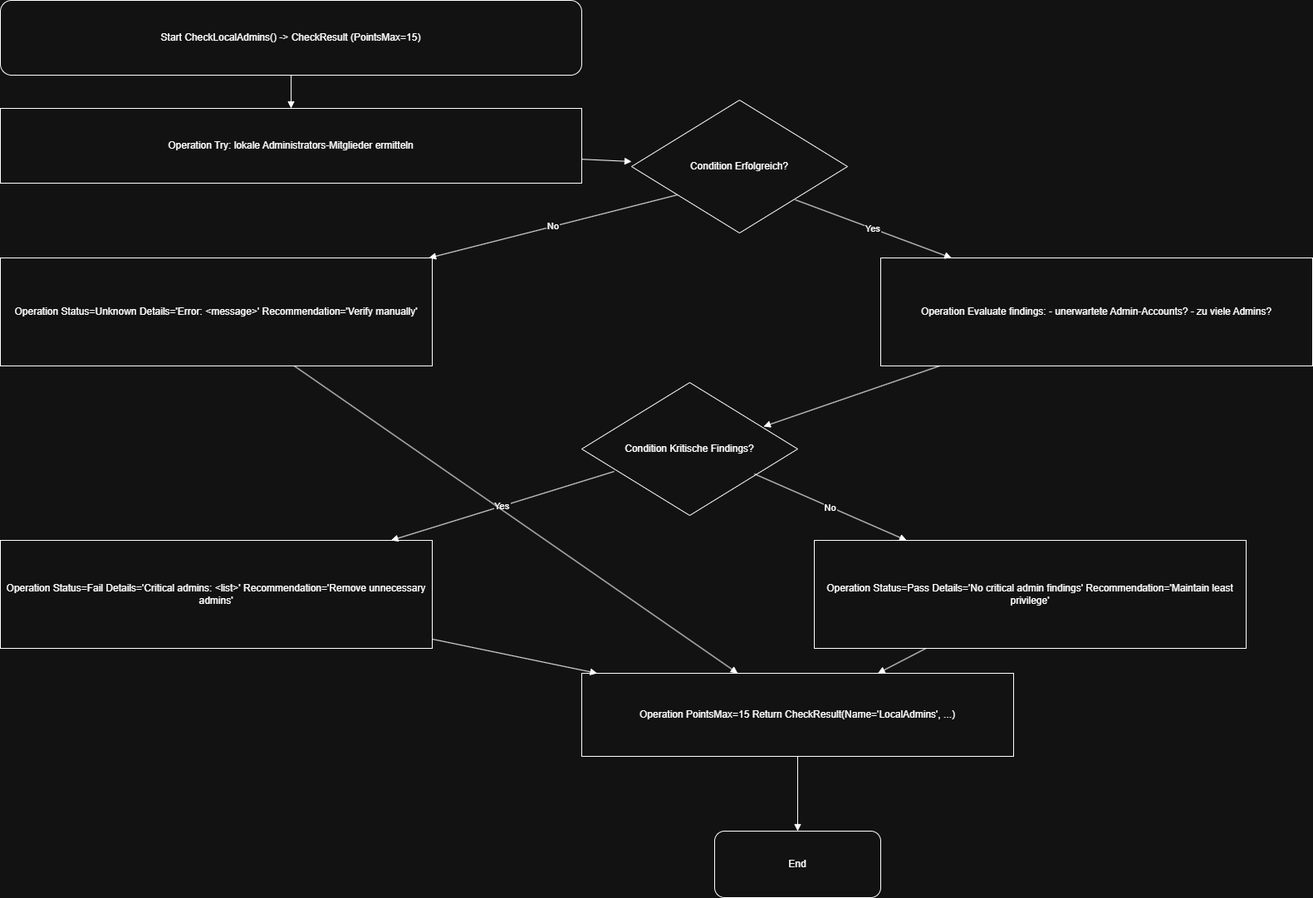
ZensykU2/ProjektM431_M122 keeps this draw.io diagram as docs/flowchart/WinSecureCheck_FUNCTIONS-CheckLocalAdmins().drawio.png. Above is the earlier version. Source tidied: cells renumbered, new cells last; positions are measured from the earlier drawing's top-left corner, leaving out a move shared by most shapes.
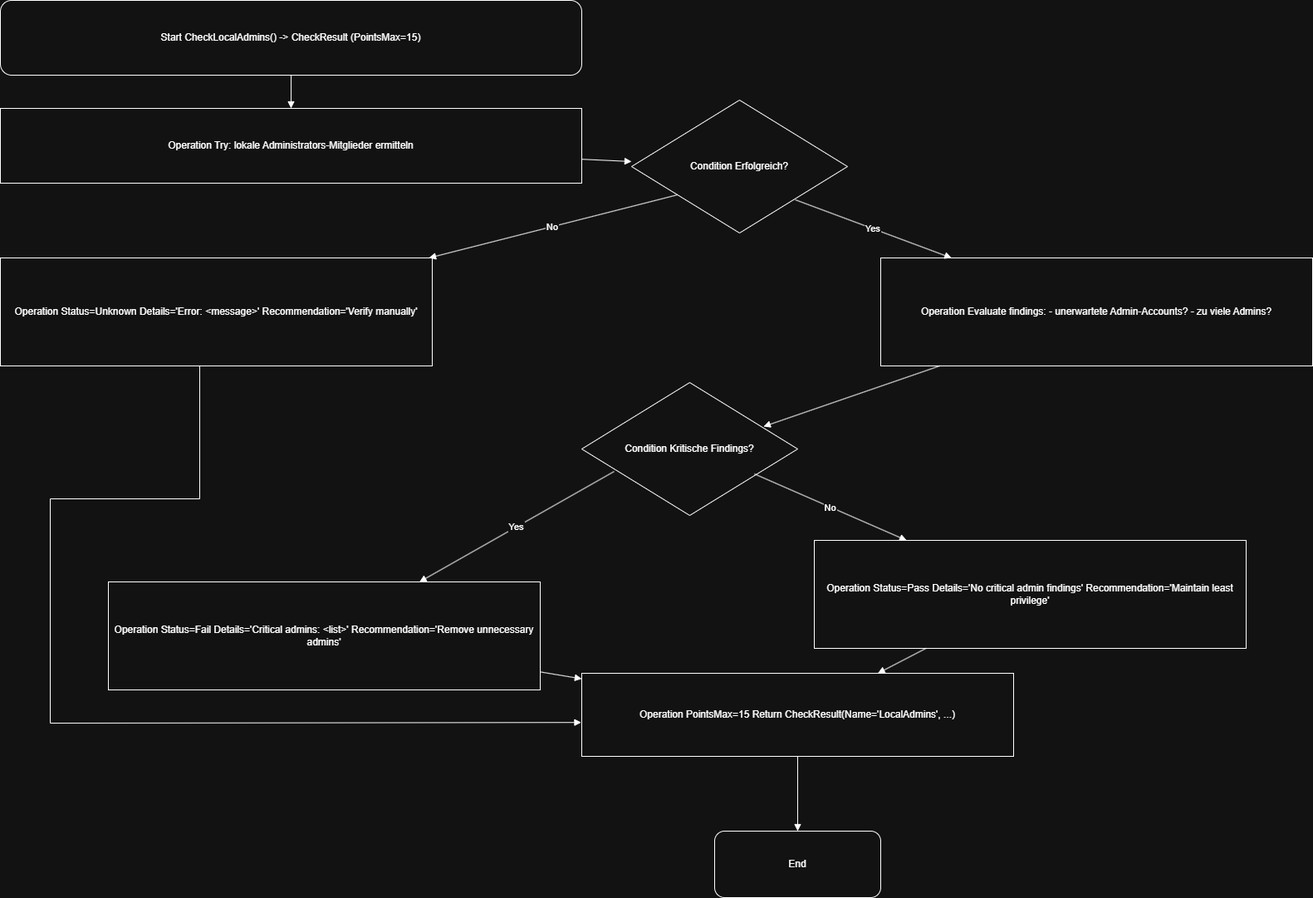
After the change.

Change to the diagram source:
```diff
@@ -21,7 +21,7 @@
       <mxGeometry x="700" y="460" width="260" height="160" as="geometry" />
     </mxCell>
     <mxCell id="8" value="Operation Status=Fail Details='Critical admins: &lt;list&gt;' Recommendation='Remove unnecessary admins'" style="shape=rectangle;whiteSpace=wrap;html=0;align=center;verticalAlign=middle;" parent="1" vertex="1">
-      <mxGeometry y="650" width="520" height="130" as="geometry" />
+      <mxGeometry x="130" y="700" width="520" height="130" as="geometry" />
     </mxCell>
     <mxCell id="9" value="Operation Status=Pass Details='No critical admin findings' Recommendation='Maintain least privilege'" style="shape=rectangle;whiteSpace=wrap;html=0;align=center;verticalAlign=middle;" parent="1" vertex="1">
       <mxGeometry x="980" y="650" width="520" height="130" as="geometry" />
@@ -53,8 +53,15 @@
     <mxCell id="18" value="Yes" style="endArrow=block;html=0;rounded=0;exitX=0.15;exitY=0.669;exitDx=0;exitDy=0;exitPerimeter=0;" parent="1" edge="1" source="7" target="8">
       <mxGeometry relative="1" as="geometry" />
     </mxCell>
-    <mxCell id="19" style="endArrow=block;html=0;rounded=0;" parent="1" edge="1" source="5" target="10">
-      <mxGeometry relative="1" as="geometry" />
+    <mxCell id="19" style="endArrow=block;html=0;rounded=0;entryX=-0.001;entryY=0.592;entryDx=0;entryDy=0;entryPerimeter=0;" parent="1" edge="1" target="10">
+      <mxGeometry relative="1" as="geometry">
+        <mxPoint x="240" y="440" as="sourcePoint" />
+        <Array as="points">
+          <mxPoint x="240" y="600" />
+          <mxPoint x="60" y="600" />
+          <mxPoint x="60" y="870" />
+        </Array>
+      </mxGeometry>
     </mxCell>
     <mxCell id="20" style="endArrow=block;html=0;rounded=0;" parent="1" edge="1" source="8" target="10">
       <mxGeometry relative="1" as="geometry" />
```
